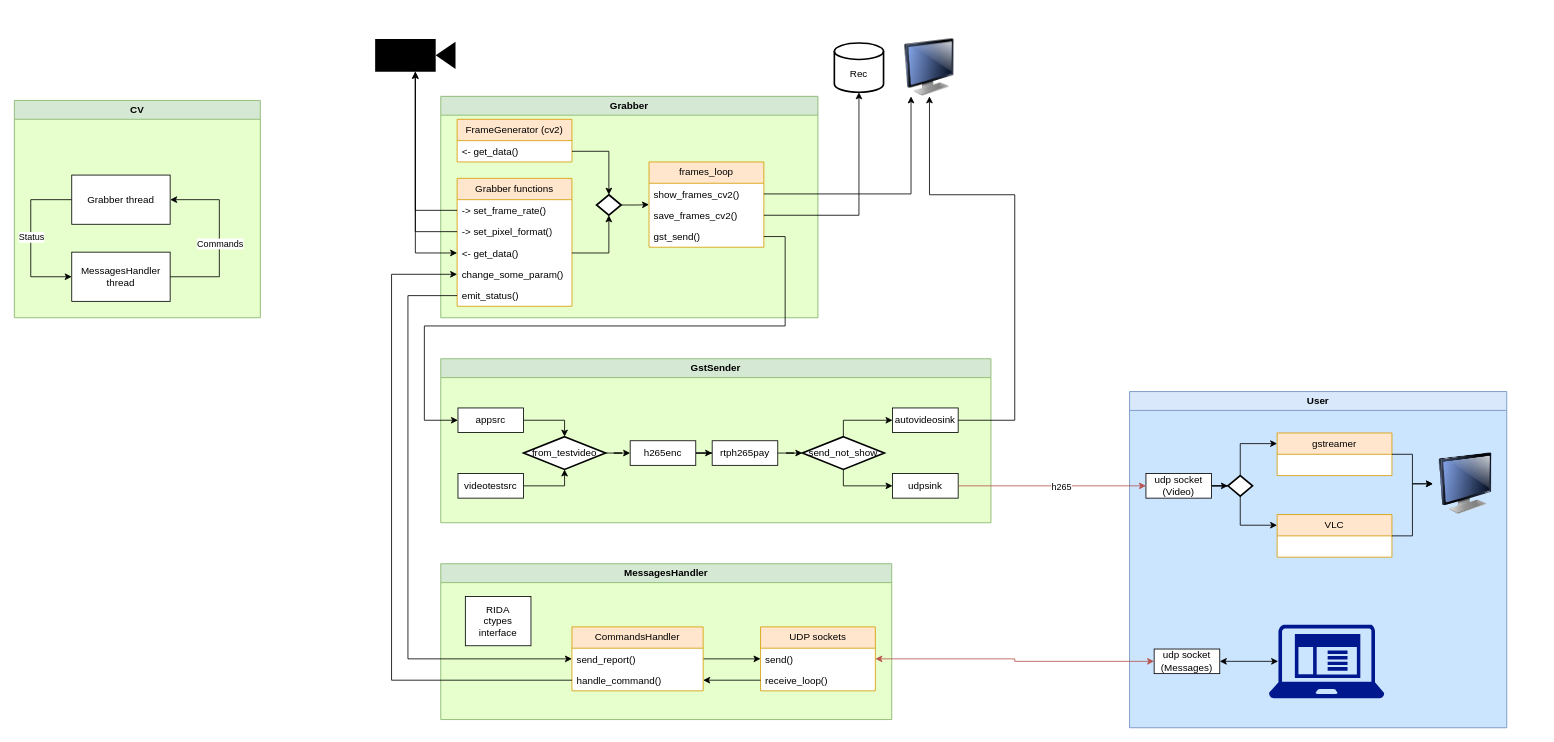
Before: doc/diagram.drawio in serbuh/gige_capture, a draw.io diagram. Source tidied: cells renumbered, new cells numbered last; positions are measured from the earlier drawing's top-left corner, leaving out a move shared by most shapes. Both pictures are drawn from the tidied source at 82%, with x=0, y=0 at pixel (14, 39).
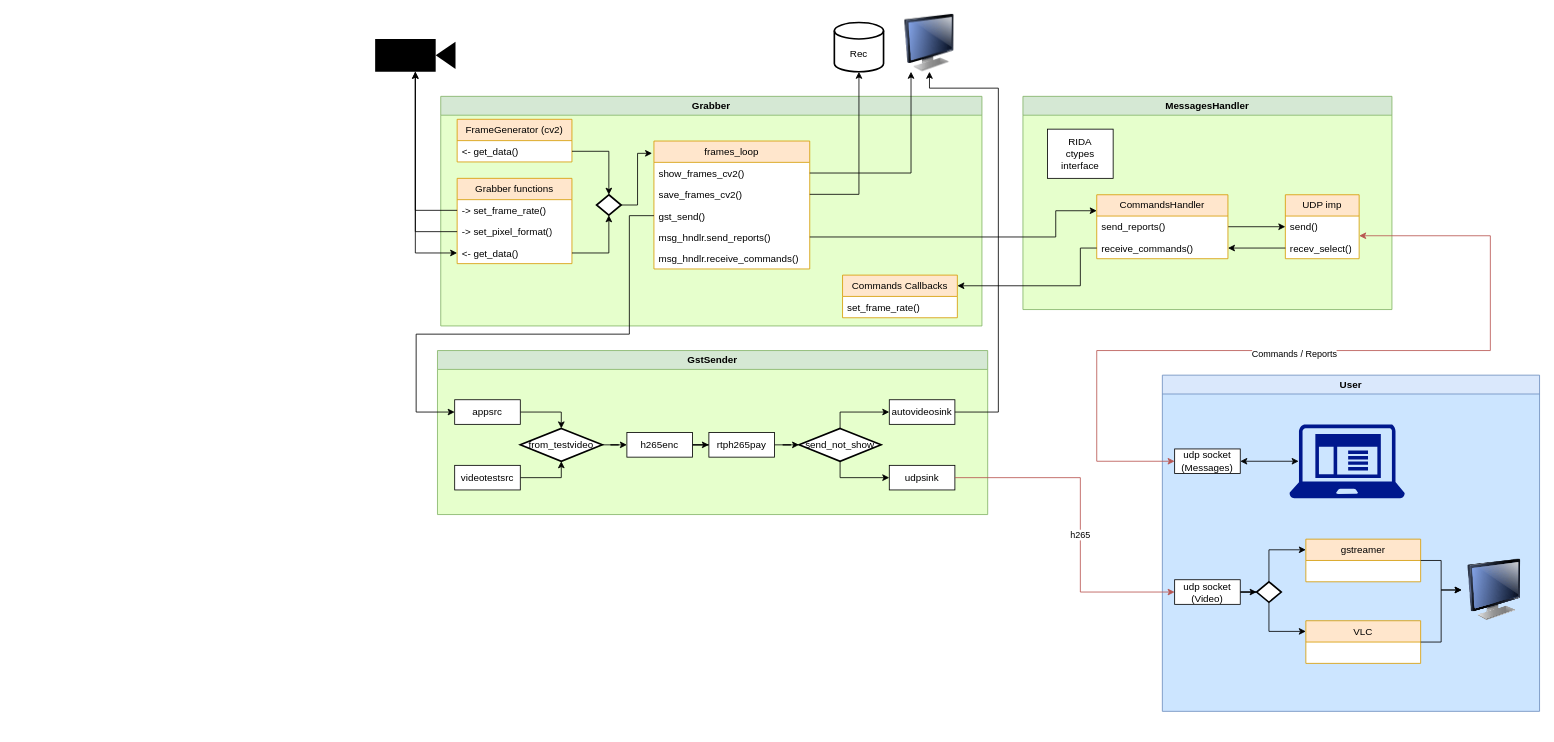
After the change.

Commit message (it also covers changes not shown here):
WIP: send/receive commands

The change refers to these unchanged cells:
```xml
<mxCell id="12" style="strokeWidth=2;html=1;shape=mxgraph.flowchart.decision;whiteSpace=wrap;" parent="2" vertex="1">
  <mxGeometry x="190" y="120" width="30" height="25" as="geometry" />
</mxCell>
<mxCell id="53" value="appsrc" style="rounded=0;whiteSpace=wrap;html=1;" parent="51" vertex="1">
  <mxGeometry x="21" y="60" width="80" height="30" as="geometry" />
</mxCell>
<mxCell id="59" value="autovideosink" style="rounded=0;whiteSpace=wrap;html=1;" parent="51" vertex="1">
  <mxGeometry x="551" y="60" width="80" height="30" as="geometry" />
</mxCell>
<mxCell id="66" value="udpsink" style="rounded=0;whiteSpace=wrap;html=1;" parent="51" vertex="1">
  <mxGeometry x="551" y="140" width="80" height="30" as="geometry" />
</mxCell>
```

Diff of the diagram source:
```diff
@@
     <mxCell id="2" value="Grabber" style="swimlane;whiteSpace=wrap;html=1;comic=0;noLabel=0;swimlaneFillColor=#E6FFCC;fillColor=#d5e8d4;strokeColor=#82b366;" parent="1" vertex="1">
-      <mxGeometry x="520" y="70" width="460" height="270" as="geometry" />
+      <mxGeometry x="520" y="70" width="660" height="280" as="geometry" />
     </mxCell>
     <mxCell id="3" value="Grabber functions" style="swimlane;fontStyle=0;horizontal=1;startSize=26;fillColor=#ffe6cc;whiteSpace=wrap;html=1;strokeColor=#d79b00;swimlaneFillColor=default;" parent="2" vertex="1">
-      <mxGeometry x="20" y="100" width="140" height="156" as="geometry" />
+      <mxGeometry x="20" y="100" width="140" height="104" as="geometry" />
     </mxCell>
@@
-    <mxCell id="7" value="change_some_param()" style="text;strokeColor=none;fillColor=none;align=left;verticalAlign=top;spacingLeft=4;spacingRight=4;overflow=hidden;points=[[0,0.5],[1,0.5]];portConstraint=eastwest;whiteSpace=wrap;html=1;" parent="3" vertex="1">
-      <mxGeometry y="104" width="140" height="26" as="geometry" />
-    </mxCell>
-    <mxCell id="8" value="emit_status()" style="text;strokeColor=none;fillColor=none;align=left;verticalAlign=top;spacingLeft=4;spacingRight=4;overflow=hidden;points=[[0,0.5],[1,0.5]];portConstraint=eastwest;whiteSpace=wrap;html=1;" parent="3" vertex="1">
-      <mxGeometry y="130" width="140" height="26" as="geometry" />
-    </mxCell>
@@
-    <mxCell id="11" style="edgeStyle=orthogonalEdgeStyle;rounded=0;jettySize=auto;html=1;" parent="2" edge="1" source="12" target="15">
+    <mxCell id="11" style="edgeStyle=orthogonalEdgeStyle;rounded=0;jettySize=auto;html=1;entryX=-0.012;entryY=0.096;entryDx=0;entryDy=0;entryPerimeter=0;" parent="2" edge="1" source="12" target="15">
       <mxGeometry relative="1" as="geometry" />
     </mxCell>
@@
     <mxCell id="15" value="frames_loop" style="swimlane;fontStyle=0;horizontal=1;startSize=26;fillColor=#ffe6cc;whiteSpace=wrap;html=1;strokeColor=#d79b00;swimlaneFillColor=default;" parent="2" vertex="1">
-      <mxGeometry x="254" y="80" width="140" height="104" as="geometry" />
+      <mxGeometry x="260" y="54.5" width="190" height="156" as="geometry" />
     </mxCell>
     <mxCell id="16" value="show_frames_cv2()" style="text;strokeColor=none;fillColor=none;align=left;verticalAlign=top;spacingLeft=4;spacingRight=4;overflow=hidden;points=[[0,0.5],[1,0.5]];portConstraint=eastwest;whiteSpace=wrap;html=1;" parent="15" vertex="1">
-      <mxGeometry y="26" width="140" height="26" as="geometry" />
+      <mxGeometry y="26" width="190" height="26" as="geometry" />
     </mxCell>
     <mxCell id="17" value="save_frames_cv2()" style="text;strokeColor=none;fillColor=none;align=left;verticalAlign=top;spacingLeft=4;spacingRight=4;overflow=hidden;points=[[0,0.5],[1,0.5]];portConstraint=eastwest;whiteSpace=wrap;html=1;" parent="15" vertex="1">
-      <mxGeometry y="52" width="140" height="26" as="geometry" />
+      <mxGeometry y="52" width="190" height="26" as="geometry" />
     </mxCell>
     <mxCell id="18" value="gst_send()" style="text;strokeColor=none;fillColor=none;align=left;verticalAlign=top;spacingLeft=4;spacingRight=4;overflow=hidden;points=[[0,0.5],[1,0.5]];portConstraint=eastwest;whiteSpace=wrap;html=1;" parent="15" vertex="1">
-      <mxGeometry y="78" width="140" height="26" as="geometry" />
+      <mxGeometry y="78" width="190" height="26" as="geometry" />
     </mxCell>
+    <mxCell id="81" value="msg_hndlr.send_reports()" style="text;strokeColor=none;fillColor=none;align=left;verticalAlign=top;spacingLeft=4;spacingRight=4;overflow=hidden;points=[[0,0.5],[1,0.5]];portConstraint=eastwest;whiteSpace=wrap;html=1;" parent="15" vertex="1">
+      <mxGeometry y="104" width="190" height="26" as="geometry" />
+    </mxCell>
+    <mxCell id="82" value="msg_hndlr.receive_commands()" style="text;strokeColor=none;fillColor=none;align=left;verticalAlign=top;spacingLeft=4;spacingRight=4;overflow=hidden;whiteSpace=wrap;html=1;" parent="15" vertex="1">
+      <mxGeometry y="130" width="190" height="26" as="geometry" />
+    </mxCell>
+    <mxCell id="83" value="Commands Callbacks" style="swimlane;fontStyle=0;horizontal=1;startSize=26;fillColor=#ffe6cc;whiteSpace=wrap;html=1;strokeColor=#d79b00;swimlaneFillColor=default;" parent="2" vertex="1">
+      <mxGeometry x="490" y="218" width="140" height="52" as="geometry" />
+    </mxCell>
+    <mxCell id="84" value="set_frame_rate()" style="text;strokeColor=none;fillColor=none;align=left;verticalAlign=top;spacingLeft=4;spacingRight=4;overflow=hidden;whiteSpace=wrap;html=1;" parent="83" vertex="1">
+      <mxGeometry y="26" width="140" height="26" as="geometry" />
+    </mxCell>
     <mxCell id="19" value="MessagesHandler" style="swimlane;whiteSpace=wrap;html=1;comic=0;noLabel=0;swimlaneFillColor=#E6FFCC;fillColor=#d5e8d4;strokeColor=#82b366;" parent="1" vertex="1">
-      <mxGeometry x="520" y="640" width="550" height="190" as="geometry" />
+      <mxGeometry x="1230" y="70" width="450" height="260" as="geometry" />
     </mxCell>
@@
-    <mxCell id="21" value="UDP sockets" style="swimlane;fontStyle=0;horizontal=1;startSize=26;fillColor=#ffe6cc;whiteSpace=wrap;html=1;strokeColor=#d79b00;swimlaneFillColor=default;" parent="19" vertex="1">
-      <mxGeometry x="390" y="77" width="140" height="78" as="geometry" />
+    <mxCell id="21" value="UDP imp" style="swimlane;fontStyle=0;horizontal=1;startSize=26;fillColor=#ffe6cc;whiteSpace=wrap;html=1;strokeColor=#d79b00;swimlaneFillColor=default;" parent="19" vertex="1">
+      <mxGeometry x="320" y="120" width="90" height="78" as="geometry" />
     </mxCell>
     <mxCell id="22" value="send()" style="text;strokeColor=none;fillColor=none;align=left;verticalAlign=top;spacingLeft=4;spacingRight=4;overflow=hidden;points=[[0,0.5],[1,0.5]];portConstraint=eastwest;whiteSpace=wrap;html=1;" parent="21" vertex="1">
-      <mxGeometry y="26" width="140" height="26" as="geometry" />
+      <mxGeometry y="26" width="90" height="26" as="geometry" />
     </mxCell>
-    <mxCell id="23" value="receive_loop()" style="text;strokeColor=none;fillColor=none;align=left;verticalAlign=top;spacingLeft=4;spacingRight=4;overflow=hidden;points=[[0,0.5],[1,0.5]];portConstraint=eastwest;whiteSpace=wrap;html=1;" parent="21" vertex="1">
-      <mxGeometry y="52" width="140" height="26" as="geometry" />
+    <mxCell id="23" value="recev_select()" style="text;strokeColor=none;fillColor=none;align=left;verticalAlign=top;spacingLeft=4;spacingRight=4;overflow=hidden;points=[[0,0.5],[1,0.5]];portConstraint=eastwest;whiteSpace=wrap;html=1;" parent="21" vertex="1">
+      <mxGeometry y="52" width="90" height="26" as="geometry" />
     </mxCell>
@@
     <mxCell id="25" value="CommandsHandler" style="swimlane;fontStyle=0;horizontal=1;startSize=26;fillColor=#ffe6cc;whiteSpace=wrap;html=1;strokeColor=#d79b00;swimlaneFillColor=default;" parent="19" vertex="1">
-      <mxGeometry x="160" y="77" width="160" height="78" as="geometry" />
+      <mxGeometry x="90" y="120" width="160" height="78" as="geometry" />
     </mxCell>
-    <mxCell id="26" value="send_report()" style="text;strokeColor=none;fillColor=none;align=left;verticalAlign=top;spacingLeft=4;spacingRight=4;overflow=hidden;points=[[0,0.5],[1,0.5]];portConstraint=eastwest;whiteSpace=wrap;html=1;" parent="25" vertex="1">
+    <mxCell id="26" value="send_reports()" style="text;strokeColor=none;fillColor=none;align=left;verticalAlign=top;spacingLeft=4;spacingRight=4;overflow=hidden;points=[[0,0.5],[1,0.5]];portConstraint=eastwest;whiteSpace=wrap;html=1;" parent="25" vertex="1">
       <mxGeometry y="26" width="160" height="26" as="geometry" />
     </mxCell>
-    <mxCell id="27" value="handle_command()" style="text;strokeColor=none;fillColor=none;align=left;verticalAlign=top;spacingLeft=4;spacingRight=4;overflow=hidden;points=[[0,0.5],[1,0.5]];portConstraint=eastwest;whiteSpace=wrap;html=1;" parent="25" vertex="1">
+    <mxCell id="27" value="receive_commands()" style="text;strokeColor=none;fillColor=none;align=left;verticalAlign=top;spacingLeft=4;spacingRight=4;overflow=hidden;points=[[0,0.5],[1,0.5]];portConstraint=eastwest;whiteSpace=wrap;html=1;" parent="25" vertex="1">
       <mxGeometry y="52" width="160" height="26" as="geometry" />
     </mxCell>
@@
     <mxCell id="31" value="User" style="swimlane;whiteSpace=wrap;html=1;comic=0;noLabel=0;swimlaneFillColor=#CCE5FF;fillColor=#dae8fc;strokeColor=#6c8ebf;" parent="1" vertex="1">
-      <mxGeometry x="1360" y="430" width="460" height="410" as="geometry" />
+      <mxGeometry x="1400" y="410" width="460" height="410" as="geometry" />
     </mxCell>
@@
     <mxCell id="35" value="udp socket&lt;br&gt;(Video)" style="rounded=0;whiteSpace=wrap;html=1;" parent="31" vertex="1">
-      <mxGeometry x="20" y="100" width="80" height="30" as="geometry" />
+      <mxGeometry x="15" y="249.5" width="80" height="30" as="geometry" />
     </mxCell>
     <mxCell id="36" value="gstreamer" style="swimlane;fontStyle=0;horizontal=1;startSize=26;fillColor=#ffe6cc;whiteSpace=wrap;html=1;strokeColor=#d79b00;swimlaneFillColor=default;" parent="31" vertex="1">
-      <mxGeometry x="180" y="50.5" width="140" height="52" as="geometry" />
+      <mxGeometry x="175" y="200" width="140" height="52" as="geometry" />
     </mxCell>
     <mxCell id="37" value="VLC" style="swimlane;fontStyle=0;horizontal=1;startSize=26;fillColor=#ffe6cc;whiteSpace=wrap;html=1;strokeColor=#d79b00;swimlaneFillColor=default;" parent="31" vertex="1">
-      <mxGeometry x="180" y="150" width="140" height="52" as="geometry" />
+      <mxGeometry x="175" y="299.5" width="140" height="52" as="geometry" />
     </mxCell>
     <mxCell id="38" style="strokeWidth=2;html=1;shape=mxgraph.flowchart.decision;whiteSpace=wrap;" parent="31" vertex="1">
-      <mxGeometry x="120" y="102.5" width="30" height="25" as="geometry" />
+      <mxGeometry x="115" y="252" width="30" height="25" as="geometry" />
     </mxCell>
     <mxCell id="39" style="sketch=0;shadow=0;dashed=0;html=1;strokeColor=none;labelPosition=center;verticalLabelPosition=bottom;verticalAlign=top;align=center;fillColor=#00188D;shape=mxgraph.mscae.enterprise.client_application;" parent="31" vertex="1">
-      <mxGeometry x="170" y="284" width="140.6" height="90" as="geometry" />
+      <mxGeometry x="155" y="60" width="140.6" height="90" as="geometry" />
     </mxCell>
@@
     <mxCell id="41" value="udp socket&lt;br&gt;(Messages)" style="rounded=0;whiteSpace=wrap;html=1;" parent="31" vertex="1">
-      <mxGeometry x="30" y="314" width="80" height="30" as="geometry" />
+      <mxGeometry x="15" y="90" width="80" height="30" as="geometry" />
     </mxCell>
     <mxCell id="42" style="image;html=1;image=img/lib/clip_art/computers/Monitor_128x128.png;align=center;verticalAlign=top;" parent="31" vertex="1">
-      <mxGeometry x="370" y="75" width="80" height="75" as="geometry" />
+      <mxGeometry x="365" y="224.5" width="80" height="75" as="geometry" />
     </mxCell>
@@
     <mxCell id="47" style="image;html=1;image=img/lib/clip_art/computers/Monitor_128x128.png;" parent="1" vertex="1">
-      <mxGeometry x="1071" width="90" height="70" as="geometry" />
+      <mxGeometry x="1071" y="-30" width="90" height="70" as="geometry" />
     </mxCell>
@@
     <mxCell id="49" value="&lt;br&gt;Rec" style="strokeWidth=2;html=1;shape=mxgraph.flowchart.database;whiteSpace=wrap;" parent="1" vertex="1">
-      <mxGeometry x="1000" y="5" width="60" height="60" as="geometry" />
+      <mxGeometry x="1000" y="-20" width="60" height="60" as="geometry" />
     </mxCell>
@@
     <mxCell id="51" value="GstSender" style="swimlane;whiteSpace=wrap;html=1;comic=0;noLabel=0;swimlaneFillColor=#E6FFCC;fillColor=#d5e8d4;strokeColor=#82b366;" parent="1" vertex="1">
-      <mxGeometry x="520" y="390" width="671" height="200" as="geometry" />
+      <mxGeometry x="516" y="380" width="671" height="200" as="geometry" />
     </mxCell>
@@
-    <mxCell id="67" style="edgeStyle=orthogonalEdgeStyle;rounded=0;jettySize=auto;html=1;entryX=0;entryY=0.5;entryDx=0;entryDy=0;" parent="1" edge="1" source="18" target="53">
-      <mxGeometry relative="1" as="geometry">
-        <Array as="points">
-          <mxPoint x="940" y="241" />
-          <mxPoint x="940" y="350" />
-          <mxPoint x="500" y="350" />
-          <mxPoint x="500" y="465" />
-        </Array>
-      </mxGeometry>
-    </mxCell>
     <mxCell id="68" style="edgeStyle=orthogonalEdgeStyle;rounded=0;jettySize=auto;html=1;entryX=0.5;entryY=1;entryDx=0;entryDy=0;" parent="1" edge="1" source="59" target="47">
       <mxGeometry relative="1" as="geometry">
         <Array as="points">
-          <mxPoint x="1220" y="465" />
-          <mxPoint x="1220" y="190" />
-          <mxPoint x="1116" y="190" />
+          <mxPoint x="1200" y="455" />
+          <mxPoint x="1200" y="60" />
+          <mxPoint x="1116" y="60" />
         </Array>
       </mxGeometry>
     </mxCell>
     <mxCell id="69" style="edgeStyle=orthogonalEdgeStyle;rounded=0;jettySize=auto;html=1;entryX=0;entryY=0.5;entryDx=0;entryDy=0;fillColor=#f8cecc;strokeColor=#b85450;" parent="1" edge="1" source="66" target="35">
-      <mxGeometry relative="1" as="geometry" />
+      <mxGeometry relative="1" as="geometry">
+        <Array as="points">
+          <mxPoint x="1300" y="535" />
+          <mxPoint x="1300" y="675" />
+        </Array>
+      </mxGeometry>
     </mxCell>
@@
     <mxCell id="71" style="edgeStyle=orthogonalEdgeStyle;rounded=0;jettySize=auto;html=1;entryX=0;entryY=0.5;entryDx=0;entryDy=0;startArrow=classic;startFill=1;fillColor=#f8cecc;strokeColor=#b85450;" parent="1" edge="1" source="22" target="41">
-      <mxGeometry relative="1" as="geometry" />
+      <mxGeometry relative="1" as="geometry">
+        <Array as="points">
+          <mxPoint x="1800" y="240" />
+          <mxPoint x="1800" y="380" />
+          <mxPoint x="1320" y="380" />
+          <mxPoint x="1320" y="515" />
+        </Array>
+      </mxGeometry>
     </mxCell>
+    <mxCell id="85" value="Commands / Reports" style="edgeLabel;html=1;align=center;verticalAlign=middle;" parent="71" vertex="1">
+      <mxGeometry x="0.07" y="3" relative="1" as="geometry" />
+    </mxCell>
-    <mxCell id="72" style="edgeStyle=orthogonalEdgeStyle;rounded=0;jettySize=auto;html=1;entryX=0;entryY=0.5;entryDx=0;entryDy=0;exitX=0;exitY=0.5;exitDx=0;exitDy=0;" parent="1" edge="1" source="27" target="7">
+    <mxCell id="72" style="edgeStyle=orthogonalEdgeStyle;rounded=0;jettySize=auto;html=1;entryX=1;entryY=0.25;entryDx=0;entryDy=0;exitX=0;exitY=0.5;exitDx=0;exitDy=0;" parent="1" edge="1" source="27" target="83">
       <mxGeometry relative="1" as="geometry">
         <Array as="points">
-          <mxPoint x="460" y="782" />
-          <mxPoint x="460" y="287" />
+          <mxPoint x="1300" y="255" />
+          <mxPoint x="1300" y="301" />
         </Array>
       </mxGeometry>
     </mxCell>
-    <mxCell id="73" style="edgeStyle=orthogonalEdgeStyle;rounded=0;jettySize=auto;html=1;entryX=0;entryY=0.5;entryDx=0;entryDy=0;" parent="1" edge="1" source="8" target="26">
+    <mxCell id="73" style="edgeStyle=orthogonalEdgeStyle;rounded=0;jettySize=auto;html=1;entryX=0;entryY=0.25;entryDx=0;entryDy=0;exitX=1;exitY=0.5;exitDx=0;exitDy=0;" parent="1" edge="1" source="81" target="25">
       <mxGeometry relative="1" as="geometry">
         <Array as="points">
-          <mxPoint x="480" y="313" />
-          <mxPoint x="480" y="756" />
+          <mxPoint x="1270" y="241" />
+          <mxPoint x="1270" y="209" />
         </Array>
       </mxGeometry>
     </mxCell>
-    <mxCell id="74" value="CV" style="swimlane;whiteSpace=wrap;html=1;comic=0;noLabel=0;swimlaneFillColor=#E6FFCC;fillColor=#d5e8d4;strokeColor=#82b366;" parent="1" vertex="1">
-      <mxGeometry y="75" width="300" height="265" as="geometry" />
-    </mxCell>
-    <mxCell id="75" style="edgeStyle=orthogonalEdgeStyle;rounded=0;jettySize=auto;html=1;entryX=0;entryY=0.5;entryDx=0;entryDy=0;" parent="74" edge="1" source="77" target="80">
-      <mxGeometry relative="1" as="geometry">
-        <Array as="points">
-          <mxPoint x="20" y="121" />
-          <mxPoint x="20" y="215" />
-        </Array>
-      </mxGeometry>
-    </mxCell>
-    <mxCell id="76" value="Status" style="edgeLabel;html=1;align=center;verticalAlign=middle;" parent="75" vertex="1">
-      <mxGeometry x="-0.21" relative="1" as="geometry">
-        <mxPoint y="18" as="offset" />
-      </mxGeometry>
-    </mxCell>
-    <mxCell id="77" value="Grabber thread" style="rounded=0;whiteSpace=wrap;html=1;" parent="74" vertex="1">
-      <mxGeometry x="70" y="91" width="120" height="60" as="geometry" />
-    </mxCell>
-    <mxCell id="78" style="edgeStyle=orthogonalEdgeStyle;rounded=0;jettySize=auto;html=1;entryX=1;entryY=0.5;entryDx=0;entryDy=0;" parent="74" edge="1" source="80" target="77">
-      <mxGeometry relative="1" as="geometry">
-        <Array as="points">
-          <mxPoint x="250" y="215" />
-          <mxPoint x="250" y="121" />
-        </Array>
-      </mxGeometry>
-    </mxCell>
-    <mxCell id="79" value="Commands" style="edgeLabel;html=1;align=center;verticalAlign=middle;" parent="78" vertex="1">
-      <mxGeometry x="0.23" y="-2" relative="1" as="geometry">
-        <mxPoint x="-2" y="31" as="offset" />
-      </mxGeometry>
-    </mxCell>
-    <mxCell id="80" value="MessagesHandler thread" style="rounded=0;whiteSpace=wrap;html=1;" parent="74" vertex="1">
-      <mxGeometry x="70" y="185" width="120" height="60" as="geometry" />
-    </mxCell>
+    <mxCell id="67" style="edgeStyle=orthogonalEdgeStyle;rounded=0;jettySize=auto;html=1;entryX=0;entryY=0.5;entryDx=0;entryDy=0;exitX=0;exitY=0.5;exitDx=0;exitDy=0;jumpStyle=arc;" parent="1" edge="1" source="18" target="53">
+      <mxGeometry relative="1" as="geometry">
+        <Array as="points">
+          <mxPoint x="750" y="215" />
+          <mxPoint x="750" y="360" />
+          <mxPoint x="490" y="360" />
+          <mxPoint x="490" y="455" />
+        </Array>
+      </mxGeometry>
+    </mxCell>
```
